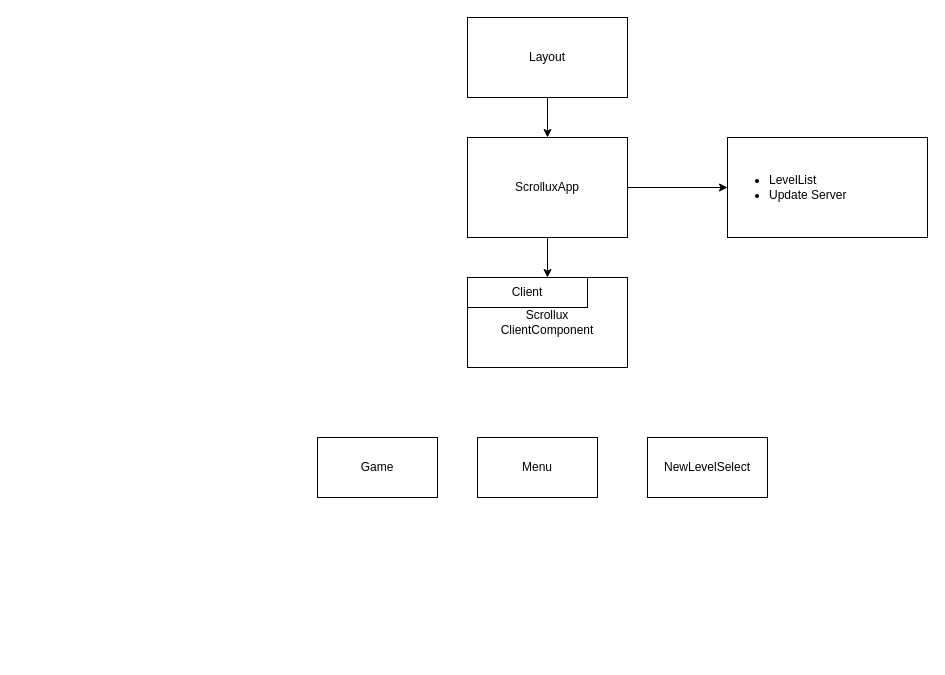
This is page "Page-2" (2 of 2) of Untitled Diagram.drawio from hawkesa1/diagrams, a draw.io file, before an edit. Source tidied: cells renumbered, new cells numbered last; positions are measured from the earlier drawing's top-left corner, leaving out a move shared by most shapes. Both pictures are drawn from the tidied source at 100%, with x=0, y=0 at pixel (317, 17).
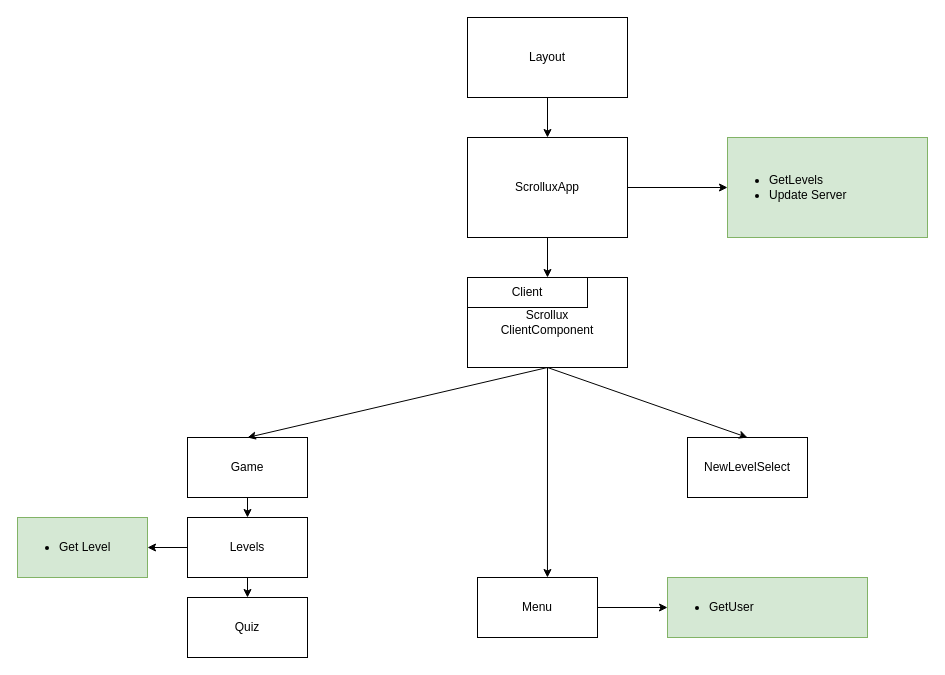
Above is the later version.

Unchanged cells that the change refers to:
```xml
<mxCell id="8" value="Scrollux&lt;br&gt;ClientComponent" style="rounded=0;whiteSpace=wrap;html=1;" parent="1" vertex="1">
  <mxGeometry x="150" y="260" width="160" height="90" as="geometry" />
</mxCell>
```

What changed in the source:
```diff
@@
+    <mxCell id="13" style="edgeStyle=none;rounded=0;jettySize=auto;html=1;exitX=0.5;exitY=1;exitDx=0;exitDy=0;entryX=0.5;entryY=0;entryDx=0;entryDy=0;" parent="1" edge="1" source="2" target="21">
+      <mxGeometry relative="1" as="geometry" />
+    </mxCell>
     <mxCell id="2" value="Game" style="rounded=0;whiteSpace=wrap;html=1;" parent="1" vertex="1">
-      <mxGeometry y="420" width="120" height="60" as="geometry" />
+      <mxGeometry x="-130" y="420" width="120" height="60" as="geometry" />
     </mxCell>
+    <mxCell id="14" style="edgeStyle=none;rounded=0;jettySize=auto;html=1;exitX=1;exitY=0.5;exitDx=0;exitDy=0;entryX=0;entryY=0.5;entryDx=0;entryDy=0;" parent="1" edge="1" source="3" target="18">
+      <mxGeometry relative="1" as="geometry" />
+    </mxCell>
     <mxCell id="3" value="Menu" style="rounded=0;whiteSpace=wrap;html=1;" parent="1" vertex="1">
-      <mxGeometry x="160" y="420" width="120" height="60" as="geometry" />
+      <mxGeometry x="160" y="560" width="120" height="60" as="geometry" />
     </mxCell>
     <mxCell id="4" value="NewLevelSelect" style="rounded=0;whiteSpace=wrap;html=1;" parent="1" vertex="1">
-      <mxGeometry x="330" y="420" width="120" height="60" as="geometry" />
+      <mxGeometry x="370" y="420" width="120" height="60" as="geometry" />
     </mxCell>
@@
+    <mxCell id="15" style="edgeStyle=none;rounded=0;jettySize=auto;html=1;exitX=0.5;exitY=1;exitDx=0;exitDy=0;entryX=0.5;entryY=0;entryDx=0;entryDy=0;" parent="1" edge="1" source="8" target="2">
+      <mxGeometry relative="1" as="geometry" />
+    </mxCell>
+    <mxCell id="16" style="edgeStyle=none;rounded=0;jettySize=auto;html=1;exitX=0.5;exitY=1;exitDx=0;exitDy=0;entryX=0.583;entryY=0;entryDx=0;entryDy=0;entryPerimeter=0;" parent="1" edge="1" source="8" target="3">
+      <mxGeometry relative="1" as="geometry" />
+    </mxCell>
+    <mxCell id="17" style="edgeStyle=none;rounded=0;jettySize=auto;html=1;exitX=0.5;exitY=1;exitDx=0;exitDy=0;entryX=0.5;entryY=0;entryDx=0;entryDy=0;" parent="1" edge="1" source="8" target="4">
+      <mxGeometry relative="1" as="geometry" />
+    </mxCell>
@@
-    <mxCell id="11" value="&lt;ul&gt;&lt;li&gt;LevelList&lt;/li&gt;&lt;li&gt;Update Server&lt;/li&gt;&lt;/ul&gt;" style="rounded=0;whiteSpace=wrap;html=1;align=left;" parent="1" vertex="1">
+    <mxCell id="11" value="&lt;ul&gt;&lt;li&gt;GetLevels&lt;/li&gt;&lt;li&gt;Update Server&lt;/li&gt;&lt;/ul&gt;" style="rounded=0;whiteSpace=wrap;html=1;align=left;fillColor=#d5e8d4;strokeColor=#82b366;" parent="1" vertex="1">
       <mxGeometry x="410" y="120" width="200" height="100" as="geometry" />
     </mxCell>
@@
+    <mxCell id="18" value="&lt;ul&gt;&lt;li&gt;GetUser&lt;/li&gt;&lt;/ul&gt;" style="rounded=0;whiteSpace=wrap;html=1;align=left;fillColor=#d5e8d4;strokeColor=#82b366;" parent="1" vertex="1">
+      <mxGeometry x="350" y="560" width="200" height="60" as="geometry" />
+    </mxCell>
+    <mxCell id="19" style="edgeStyle=none;rounded=0;jettySize=auto;html=1;exitX=0.5;exitY=1;exitDx=0;exitDy=0;entryX=0.5;entryY=0;entryDx=0;entryDy=0;" parent="1" edge="1" source="21" target="22">
+      <mxGeometry relative="1" as="geometry" />
+    </mxCell>
+    <mxCell id="20" style="edgeStyle=none;rounded=0;jettySize=auto;html=1;exitX=0;exitY=0.5;exitDx=0;exitDy=0;" parent="1" edge="1" source="21" target="23">
+      <mxGeometry relative="1" as="geometry" />
+    </mxCell>
+    <mxCell id="21" value="Levels" style="rounded=0;whiteSpace=wrap;html=1;" parent="1" vertex="1">
+      <mxGeometry x="-130" y="500" width="120" height="60" as="geometry" />
+    </mxCell>
+    <mxCell id="22" value="Quiz" style="rounded=0;whiteSpace=wrap;html=1;" parent="1" vertex="1">
+      <mxGeometry x="-130" y="580" width="120" height="60" as="geometry" />
+    </mxCell>
+    <mxCell id="23" value="&lt;ul&gt;&lt;li&gt;Get Level&lt;/li&gt;&lt;/ul&gt;" style="rounded=0;whiteSpace=wrap;html=1;align=left;fillColor=#d5e8d4;strokeColor=#82b366;" parent="1" vertex="1">
+      <mxGeometry x="-300" y="500" width="130" height="60" as="geometry" />
+    </mxCell>
```
